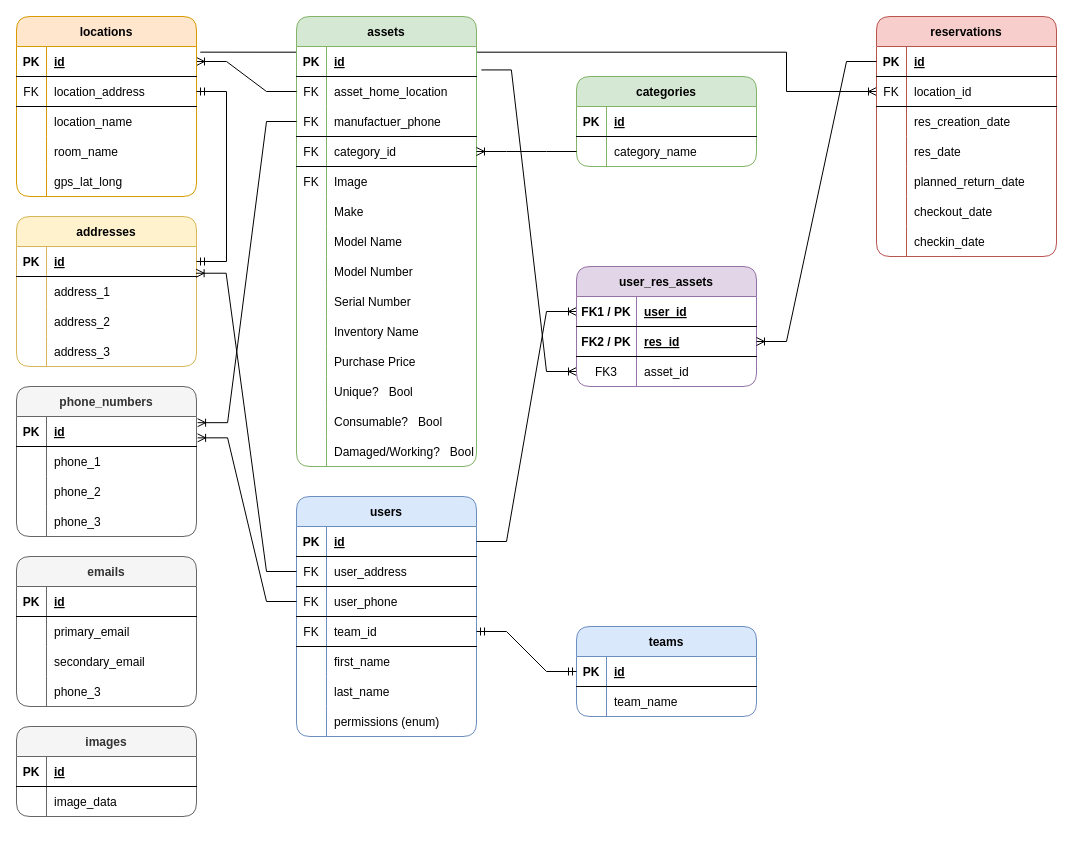
Before: Camera-Asset-Management.drawio in dj-judd/PARM, a draw.io diagram. Source tidied: cells renumbered, new cells numbered last; positions are measured from the earlier drawing's top-left corner, leaving out a move shared by most shapes. Both pictures are drawn from the tidied source at 100%, with x=0, y=0 at pixel (16, 16).
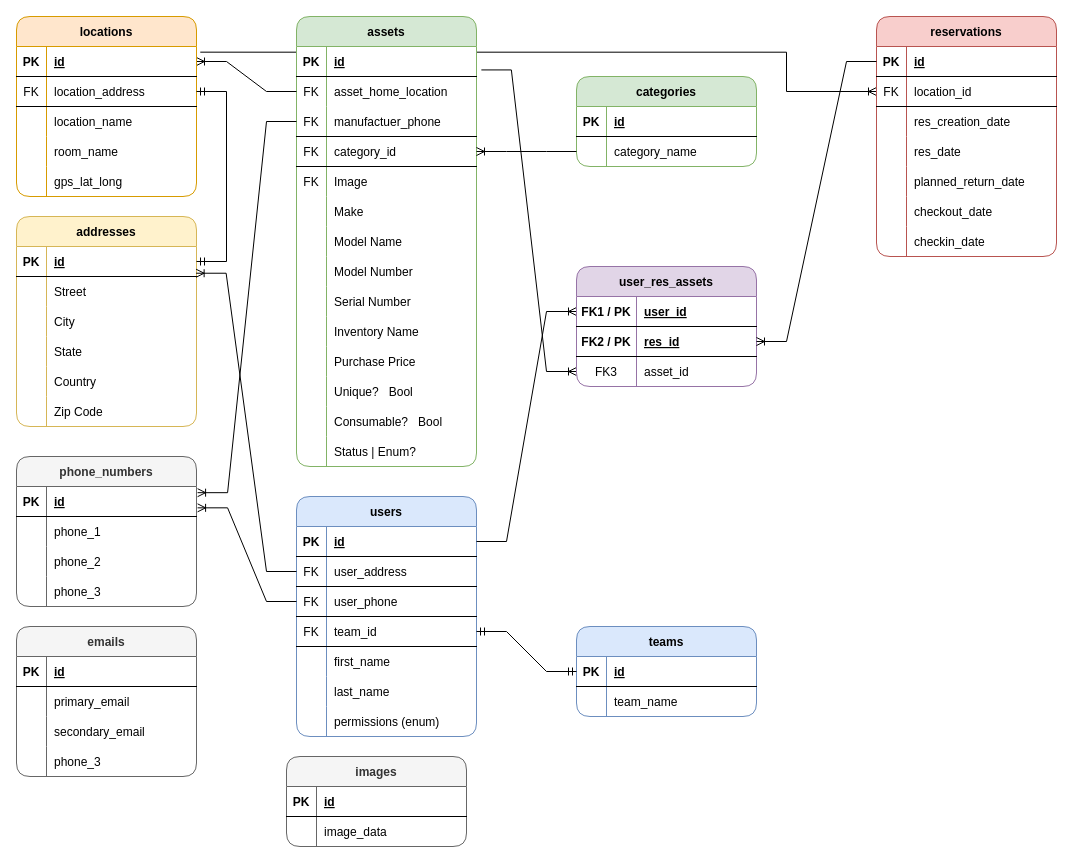
Above is the later version.

Commit message (it also covers changes not shown here):
made a simplified version

The change refers to these unchanged cells:
```xml
<mxCell id="43" style="shape=tableRow;horizontal=0;startSize=0;swimlaneHead=0;swimlaneBody=0;fillColor=none;top=0;left=0;right=0;bottom=0;" parent="3" vertex="1">
  <mxGeometry y="420" width="180" height="30" as="geometry" />
</mxCell>
<mxCell id="109" style="shape=tableRow;horizontal=0;startSize=0;swimlaneHead=0;swimlaneBody=0;fillColor=none;points=[[0,0.5],[1,0.5]];portConstraint=eastwest;top=0;left=0;right=0;bottom=0;" parent="105" vertex="1">
  <mxGeometry y="60" width="180" height="30" as="geometry" />
</mxCell>
<mxCell id="112" style="shape=tableRow;horizontal=0;startSize=0;swimlaneHead=0;swimlaneBody=0;fillColor=none;top=0;left=0;right=0;bottom=0;" parent="105" vertex="1">
  <mxGeometry y="90" width="180" height="30" as="geometry" />
</mxCell>
<mxCell id="115" style="shape=tableRow;horizontal=0;startSize=0;swimlaneHead=0;swimlaneBody=0;fillColor=none;top=0;left=0;right=0;bottom=0;" parent="105" vertex="1">
  <mxGeometry y="120" width="180" height="30" as="geometry" />
</mxCell>
```

The edit, as a diff of the source:
```diff
@@
-    <mxCell id="45" value="Damaged/Working?   Bool" style="shape=partialRectangle;fillColor=none;top=0;left=0;bottom=0;right=0;align=left;spacingLeft=6;overflow=hidden;fontStyle=0;" parent="43" vertex="1">
+    <mxCell id="45" value="Status | Enum?" style="shape=partialRectangle;fillColor=none;top=0;left=0;bottom=0;right=0;align=left;spacingLeft=6;overflow=hidden;fontStyle=0;" parent="43" vertex="1">
       <mxGeometry x="30" width="150" height="30" as="geometry" />
     </mxCell>
@@
     <mxCell id="92" value="phone_numbers" style="shape=table;startSize=30;childLayout=tableLayout;rowLines=0;fontStyle=1;align=center;fillColor=#f5f5f5;strokeColor=#666666;fontColor=#333333;rounded=1;shadow=0;swimlaneFillColor=default;" parent="1" vertex="1">
-      <mxGeometry y="370" width="180" height="150" as="geometry" />
+      <mxGeometry y="440" width="180" height="150" as="geometry" />
     </mxCell>
@@
     <mxCell id="105" value="addresses" style="shape=table;startSize=30;childLayout=tableLayout;rowLines=0;fontStyle=1;align=center;fillColor=#fff2cc;strokeColor=#d6b656;swimlaneFillColor=default;rounded=1;" parent="1" vertex="1">
-      <mxGeometry y="200" width="180" height="150" as="geometry" />
+      <mxGeometry y="200" width="180" height="210" as="geometry" />
     </mxCell>
@@
-    <mxCell id="111" value="address_1" style="shape=partialRectangle;fillColor=none;top=0;left=0;bottom=0;right=0;align=left;spacingLeft=6;overflow=hidden;" parent="109" vertex="1">
+    <mxCell id="111" value="Street" style="shape=partialRectangle;fillColor=none;top=0;left=0;bottom=0;right=0;align=left;spacingLeft=6;overflow=hidden;" parent="109" vertex="1">
       <mxGeometry x="30" width="150" height="30" as="geometry" />
     </mxCell>
@@
-    <mxCell id="114" value="address_2" style="shape=partialRectangle;fillColor=none;top=0;left=0;bottom=0;right=0;align=left;spacingLeft=6;overflow=hidden;" parent="112" vertex="1">
+    <mxCell id="114" value="City" style="shape=partialRectangle;fillColor=none;top=0;left=0;bottom=0;right=0;align=left;spacingLeft=6;overflow=hidden;" parent="112" vertex="1">
       <mxGeometry x="30" width="150" height="30" as="geometry" />
     </mxCell>
@@
-    <mxCell id="117" value="address_3" style="shape=partialRectangle;fillColor=none;top=0;left=0;bottom=0;right=0;align=left;spacingLeft=6;overflow=hidden;" parent="115" vertex="1">
+    <mxCell id="117" value="State" style="shape=partialRectangle;fillColor=none;top=0;left=0;bottom=0;right=0;align=left;spacingLeft=6;overflow=hidden;" parent="115" vertex="1">
       <mxGeometry x="30" width="150" height="30" as="geometry" />
     </mxCell>
+    <mxCell id="186" style="shape=tableRow;horizontal=0;startSize=0;swimlaneHead=0;swimlaneBody=0;fillColor=none;top=0;left=0;right=0;bottom=0;" parent="105" vertex="1">
+      <mxGeometry y="150" width="180" height="30" as="geometry" />
+    </mxCell>
+    <mxCell id="187" style="shape=partialRectangle;fillColor=none;top=0;left=0;bottom=0;right=0;overflow=hidden;" parent="186" vertex="1">
+      <mxGeometry width="30" height="30" as="geometry" />
+    </mxCell>
+    <mxCell id="188" value="Country" style="shape=partialRectangle;fillColor=none;top=0;left=0;bottom=0;right=0;align=left;spacingLeft=6;overflow=hidden;" parent="186" vertex="1">
+      <mxGeometry x="30" width="150" height="30" as="geometry" />
+    </mxCell>
+    <mxCell id="189" style="shape=tableRow;horizontal=0;startSize=0;swimlaneHead=0;swimlaneBody=0;fillColor=none;top=0;left=0;right=0;bottom=0;" parent="105" vertex="1">
+      <mxGeometry y="180" width="180" height="30" as="geometry" />
+    </mxCell>
+    <mxCell id="190" style="shape=partialRectangle;fillColor=none;top=0;left=0;bottom=0;right=0;overflow=hidden;" parent="189" vertex="1">
+      <mxGeometry width="30" height="30" as="geometry" />
+    </mxCell>
+    <mxCell id="191" value="Zip Code" style="shape=partialRectangle;fillColor=none;top=0;left=0;bottom=0;right=0;align=left;spacingLeft=6;overflow=hidden;" parent="189" vertex="1">
+      <mxGeometry x="30" width="150" height="30" as="geometry" />
+    </mxCell>
@@
     <mxCell id="157" value="emails" style="shape=table;startSize=30;childLayout=tableLayout;rowLines=0;fontStyle=1;align=center;fillColor=#f5f5f5;strokeColor=#666666;fontColor=#333333;rounded=1;swimlaneFillColor=default;" parent="1" vertex="1">
-      <mxGeometry y="540" width="180" height="150" as="geometry" />
+      <mxGeometry y="610" width="180" height="150" as="geometry" />
     </mxCell>
@@
     <mxCell id="179" value="images" style="shape=table;startSize=30;childLayout=tableLayout;rowLines=0;fontStyle=1;align=center;fillColor=#f5f5f5;strokeColor=#666666;fontColor=#333333;rounded=1;swimlaneFillColor=default;" parent="1" vertex="1">
-      <mxGeometry y="710" width="180" height="90" as="geometry" />
+      <mxGeometry x="270" y="740" width="180" height="90" as="geometry" />
     </mxCell>
```
